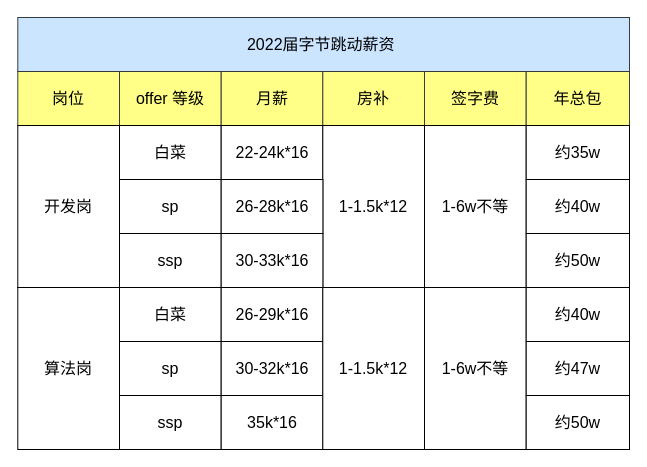
This is 杂/22届字节.drawio from xiaolincoder/ImageHost4, a draw.io file, before an edit. Source tidied: cells renumbered, new cells numbered last; positions are measured from the earlier drawing's top-left corner, leaving out a move shared by most shapes. Both pictures are drawn from the tidied source at 100%, with x=0, y=0 at pixel (17, 17).
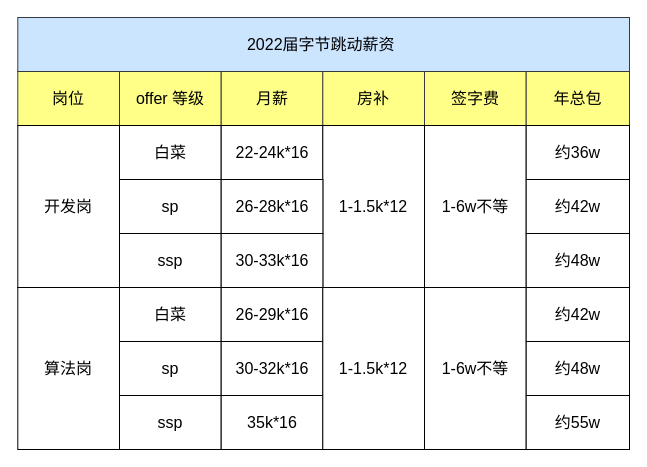
The same page after the edit.

Diff of the diagram source:
```diff
@@
-    <mxCell id="27" value="约35w" style="rounded=0;whiteSpace=wrap;html=1;fontSize=16;" parent="1" vertex="1">
+    <mxCell id="27" value="约36w" style="rounded=0;whiteSpace=wrap;html=1;fontSize=16;" parent="1" vertex="1">
       <mxGeometry x="508.7" y="108" width="103.3" height="54" as="geometry" />
     </mxCell>
-    <mxCell id="28" value="约40w" style="rounded=0;whiteSpace=wrap;html=1;fontSize=16;" parent="1" vertex="1">
+    <mxCell id="28" value="约42w" style="rounded=0;whiteSpace=wrap;html=1;fontSize=16;" parent="1" vertex="1">
       <mxGeometry x="508.7" y="162" width="103.3" height="54" as="geometry" />
     </mxCell>
-    <mxCell id="29" value="约50w" style="rounded=0;whiteSpace=wrap;html=1;fontSize=16;" parent="1" vertex="1">
+    <mxCell id="29" value="约48w" style="rounded=0;whiteSpace=wrap;html=1;fontSize=16;" parent="1" vertex="1">
       <mxGeometry x="508.7" y="216" width="103.3" height="54" as="geometry" />
     </mxCell>
-    <mxCell id="30" value="约40w" style="rounded=0;whiteSpace=wrap;html=1;fontSize=16;" parent="1" vertex="1">
+    <mxCell id="30" value="约42w" style="rounded=0;whiteSpace=wrap;html=1;fontSize=16;" parent="1" vertex="1">
       <mxGeometry x="508.7" y="270" width="103.3" height="54" as="geometry" />
     </mxCell>
-    <mxCell id="31" value="约47w" style="rounded=0;whiteSpace=wrap;html=1;fontSize=16;" parent="1" vertex="1">
+    <mxCell id="31" value="约48w" style="rounded=0;whiteSpace=wrap;html=1;fontSize=16;" parent="1" vertex="1">
       <mxGeometry x="508.7" y="324" width="103.3" height="54" as="geometry" />
     </mxCell>
-    <mxCell id="32" value="约50w" style="rounded=0;whiteSpace=wrap;html=1;fontSize=16;" parent="1" vertex="1">
+    <mxCell id="32" value="约55w" style="rounded=0;whiteSpace=wrap;html=1;fontSize=16;" parent="1" vertex="1">
       <mxGeometry x="508.7" y="378" width="103.3" height="54" as="geometry" />
     </mxCell>
```
